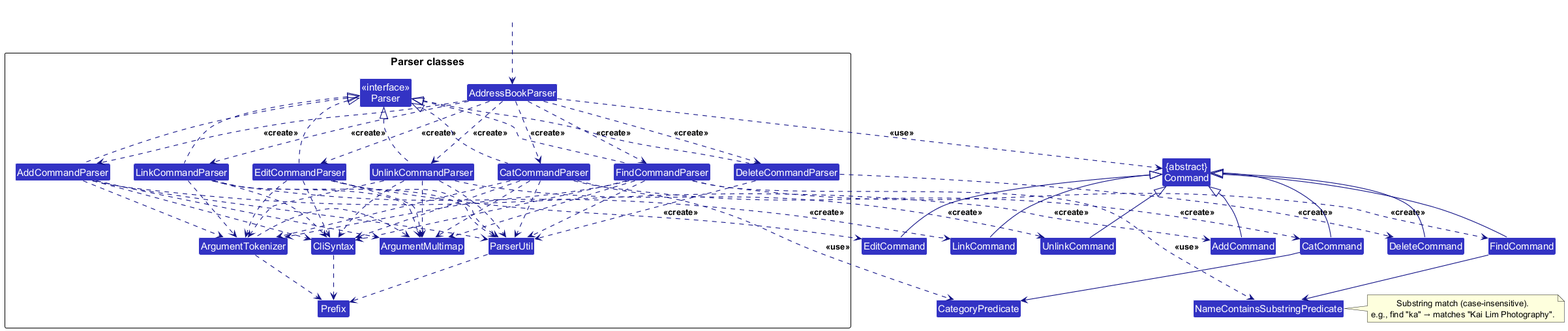
Above: docs/images/ParserClasses.png in xxdydx/tp (PlantUML), before the change.
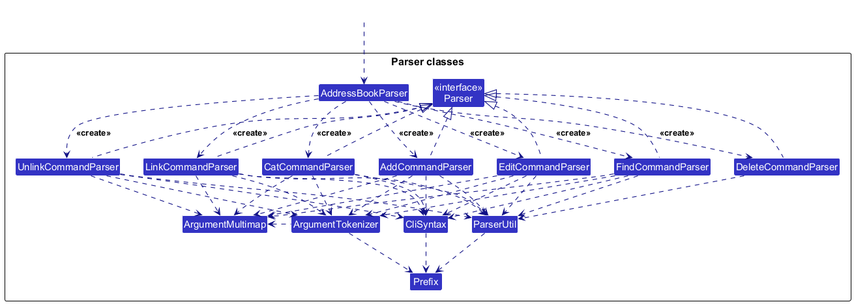
The same diagram one commit later.

Commit message:
Fix errors related to class diagrams in the DG

Diff of the diagram source:
```diff
@@ -3,18 +3,6 @@
 skinparam arrowThickness 1.1
 skinparam arrowColor LOGIC_COLOR_T4
 skinparam classBackgroundColor LOGIC_COLOR
-
-Class "{abstract}\nCommand" as Command
-Class AddCommand
-Class EditCommand
-Class DeleteCommand
-Class FindCommand
-Class CatCommand
-Class LinkCommand
-Class UnlinkCommand
-
-Class NameContainsSubstringPredicate
-Class CategoryPredicate
 
 package "Parser classes"{
   Class "<<interface>>\nParser" as Parser
@@ -44,16 +32,6 @@
 AddressBookParser .down.> CatCommandParser : <<create>>
 AddressBookParser .down.> LinkCommandParser : <<create>>
 AddressBookParser .down.> UnlinkCommandParser : <<create>>
-
-AddressBookParser ..> Command : <<use>>
-
-AddCommandParser    ..> AddCommand    : <<create>>
-EditCommandParser   ..> EditCommand   : <<create>>
-DeleteCommandParser ..> DeleteCommand : <<create>>
-FindCommandParser   ..> FindCommand   : <<create>>
-CatCommandParser    ..> CatCommand    : <<create>>
-LinkCommandParser   ..> LinkCommand   : <<create>>
-UnlinkCommandParser ..> UnlinkCommand : <<create>>
 
 AddCommandParser     .up.|> Parser
 EditCommandParser    .up.|> Parser
@@ -93,23 +71,4 @@
 ParserUtil         .down.> Prefix
 ArgumentTokenizer  .down.> Prefix
 
-AddCommand -up-|> Command
-EditCommand -up-|> Command
-DeleteCommand -up-|> Command
-FindCommand -up-|> Command
-CatCommand -up-|> Command
-LinkCommand -up-|> Command
-UnlinkCommand -up-|> Command
-
-FindCommandParser ..> NameContainsSubstringPredicate : <<use>>
-FindCommand       --> NameContainsSubstringPredicate
-
-CatCommandParser  ..> CategoryPredicate : <<use>>
-CatCommand        --> CategoryPredicate
-
-note right of NameContainsSubstringPredicate
-  Substring match (case-insensitive).
-  e.g., find "ka" → matches "Kai Lim Photography".
-end note
-
 @enduml
```
